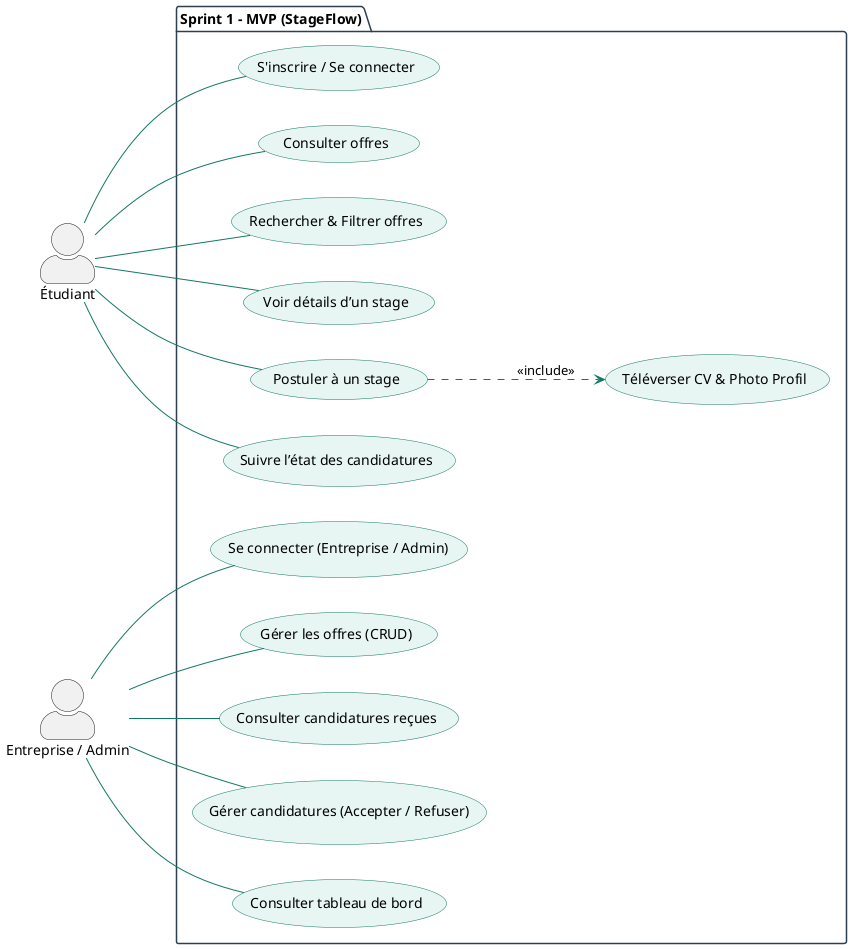
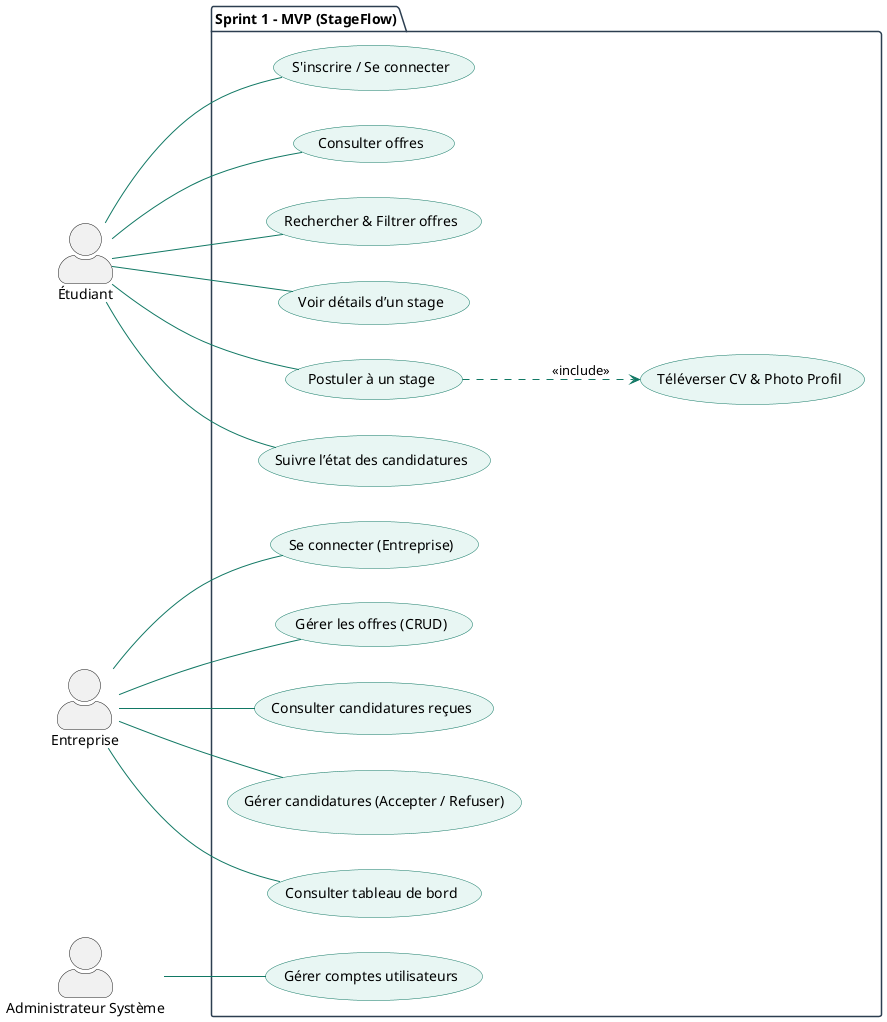
@startuml StageFlow_Sprint1
skinparam actorStyle awesome
left to right direction

skinparam package {
    BackgroundColor White
    BorderColor #2C3E50
}

skinparam usecase {
    BackgroundColor #E8F6F3
    BorderColor #117864
    ArrowColor #117864
}

actor "Étudiant" as E
- actor "Entreprise / Admin" as Ent
+ actor "Entreprise" as Ent
+ actor "Administrateur Système" as Admin

package "Sprint 1 – MVP (StageFlow)" {

    ' ========================
    ' Espace Étudiant
    ' ========================
+ 
    usecase "S'inscrire / Se connecter" as UC1
    usecase "Consulter offres" as UC2
    usecase "Rechercher & Filtrer offres" as UC3
    usecase "Voir détails d’un stage" as UC4
    usecase "Postuler à un stage" as UC5
    usecase "Téléverser CV & Photo Profil" as UC6
    usecase "Suivre l’état des candidatures" as UC7

    E -- UC1
    E -- UC2
    E -- UC3
    E -- UC4
    E -- UC5
    E -- UC7

    UC5 ..> UC6 : <<include>>

    ' ========================
    ' Espace Entreprise
    ' ========================
-     usecase "Se connecter (Entreprise / Admin)" as UC8
+ 
+     usecase "Se connecter (Entreprise)" as UC8
    usecase "Gérer les offres (CRUD)" as UC9
    usecase "Consulter candidatures reçues" as UC10
    usecase "Gérer candidatures (Accepter / Refuser)" as UC11
    usecase "Consulter tableau de bord" as UC12

    Ent -- UC8
    Ent -- UC9
    Ent -- UC10
    Ent -- UC11
    Ent -- UC12
+ 
+     ' ========================
+     ' Espace Administrateur
+     ' ========================
+ 
+     usecase "Gérer comptes utilisateurs" as UC13
+ 
+     Admin -- UC13
}

@enduml